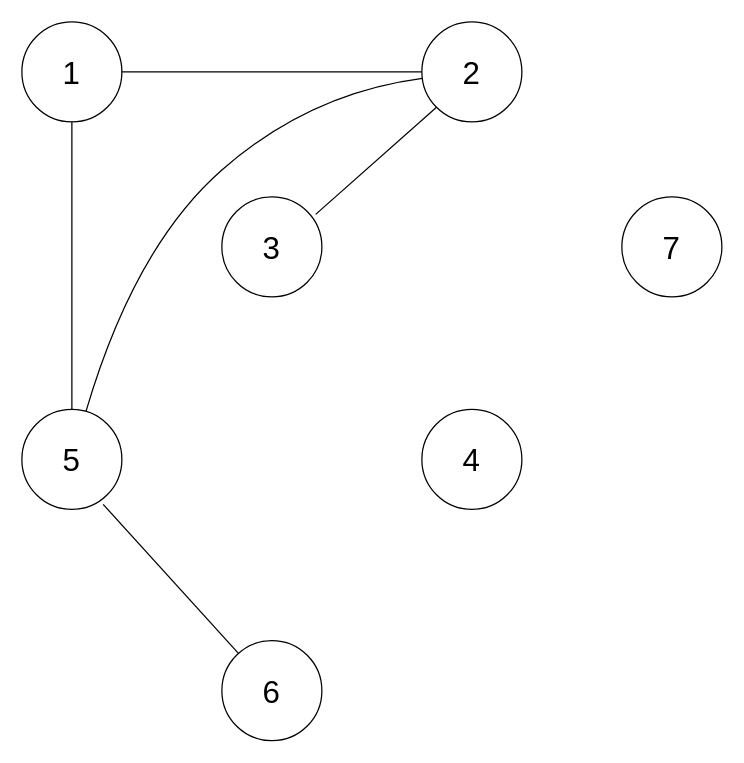
This is Backjoon/2606 - 바이러스.drawio from wayback-home/pre-coding-test, a draw.io file, before an edit. Source tidied: cells renumbered, new cells numbered last; positions are measured from the earlier drawing's top-left corner, leaving out a move shared by most shapes. Both pictures are drawn from the tidied source at 125%, with x=0, y=0 at pixel (21, 21).
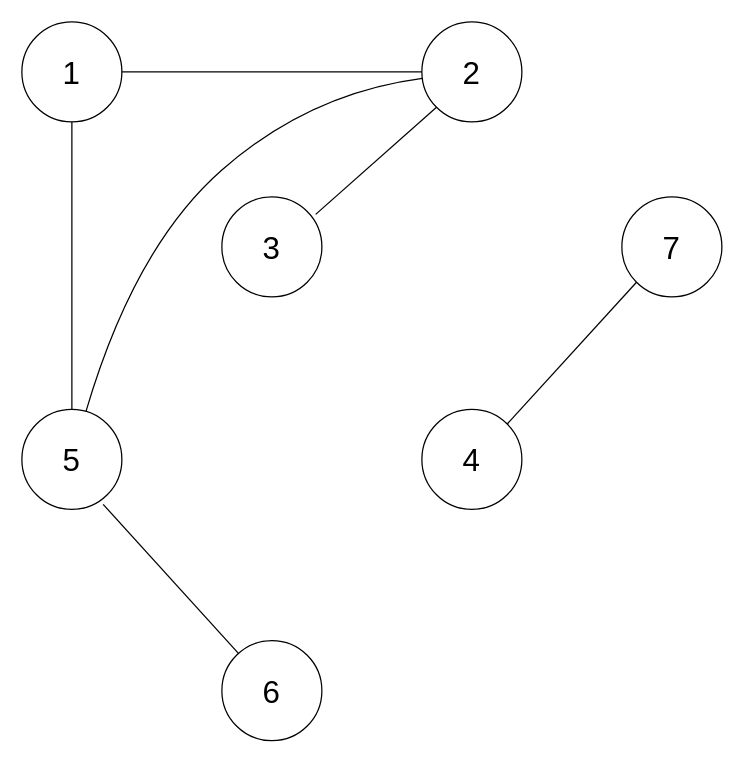
Above is the later version.

Change to the diagram source:
```diff
@@
 <mxGraphModel>
   <root>
     <mxCell id="0" />
     <mxCell id="1" parent="0" />
     <mxCell id="2" value="&lt;font style=&quot;font-size: 25px&quot;&gt;1&lt;/font&gt;" style="ellipse;whiteSpace=wrap;html=1;" parent="1" vertex="1">
       <mxGeometry width="80" height="80" as="geometry" />
     </mxCell>
     <mxCell id="3" value="&lt;font style=&quot;font-size: 25px&quot;&gt;2&lt;/font&gt;" style="ellipse;whiteSpace=wrap;html=1;" parent="1" vertex="1">
       <mxGeometry x="320" width="80" height="80" as="geometry" />
     </mxCell>
     <mxCell id="4" value="3" style="ellipse;whiteSpace=wrap;html=1;fontSize=25;" parent="1" vertex="1">
       <mxGeometry x="160" y="140" width="80" height="80" as="geometry" />
     </mxCell>
     <mxCell id="5" value="4" style="ellipse;whiteSpace=wrap;html=1;fontSize=25;" parent="1" vertex="1">
       <mxGeometry x="320" y="310" width="80" height="80" as="geometry" />
     </mxCell>
     <mxCell id="6" value="5" style="ellipse;whiteSpace=wrap;html=1;fontSize=25;" parent="1" vertex="1">
       <mxGeometry y="310" width="80" height="80" as="geometry" />
     </mxCell>
     <mxCell id="7" value="6" style="ellipse;whiteSpace=wrap;html=1;fontSize=25;" parent="1" vertex="1">
       <mxGeometry x="160" y="495" width="80" height="80" as="geometry" />
     </mxCell>
     <mxCell id="8" value="7" style="ellipse;whiteSpace=wrap;html=1;fontSize=25;" parent="1" vertex="1">
       <mxGeometry x="480" y="140" width="80" height="80" as="geometry" />
     </mxCell>
     <mxCell id="9" style="endArrow=none;html=1;fontSize=25;entryX=0.5;entryY=1;entryDx=0;entryDy=0;exitX=0.5;exitY=0;exitDx=0;exitDy=0;" parent="1" edge="1" source="6" target="2">
       <mxGeometry relative="1" as="geometry" />
     </mxCell>
     <mxCell id="10" style="endArrow=none;html=1;fontSize=25;entryX=0;entryY=0.5;entryDx=0;entryDy=0;exitX=1;exitY=0.5;exitDx=0;exitDy=0;" parent="1" edge="1" source="2" target="3">
       <mxGeometry relative="1" as="geometry" />
     </mxCell>
     <mxCell id="11" style="endArrow=none;html=1;fontSize=25;entryX=0;entryY=1;entryDx=0;entryDy=0;exitX=0.938;exitY=0.175;exitDx=0;exitDy=0;exitPerimeter=0;" parent="1" edge="1" source="4" target="3">
       <mxGeometry relative="1" as="geometry" />
     </mxCell>
     <mxCell id="12" style="curved=1;endArrow=none;html=1;fontSize=25;strokeColor=default;endFill=0;" parent="1" edge="1" source="6" target="3">
       <mxGeometry relative="1" as="geometry">
         <Array as="points">
           <mxPoint x="90" y="180" />
           <mxPoint x="230" y="57" />
         </Array>
       </mxGeometry>
     </mxCell>
     <mxCell id="13" style="endArrow=none;html=1;fontSize=25;strokeColor=default;exitX=0.813;exitY=0.95;exitDx=0;exitDy=0;exitPerimeter=0;" parent="1" edge="1" source="6" target="7">
       <mxGeometry relative="1" as="geometry" />
     </mxCell>
+    <mxCell id="14" style="endArrow=none;html=1;entryX=0;entryY=1;entryDx=0;entryDy=0;exitX=1;exitY=0;exitDx=0;exitDy=0;" parent="1" edge="1" source="5" target="8">
+      <mxGeometry relative="1" as="geometry" />
+    </mxCell>
   </root>
 </mxGraphModel>
```
